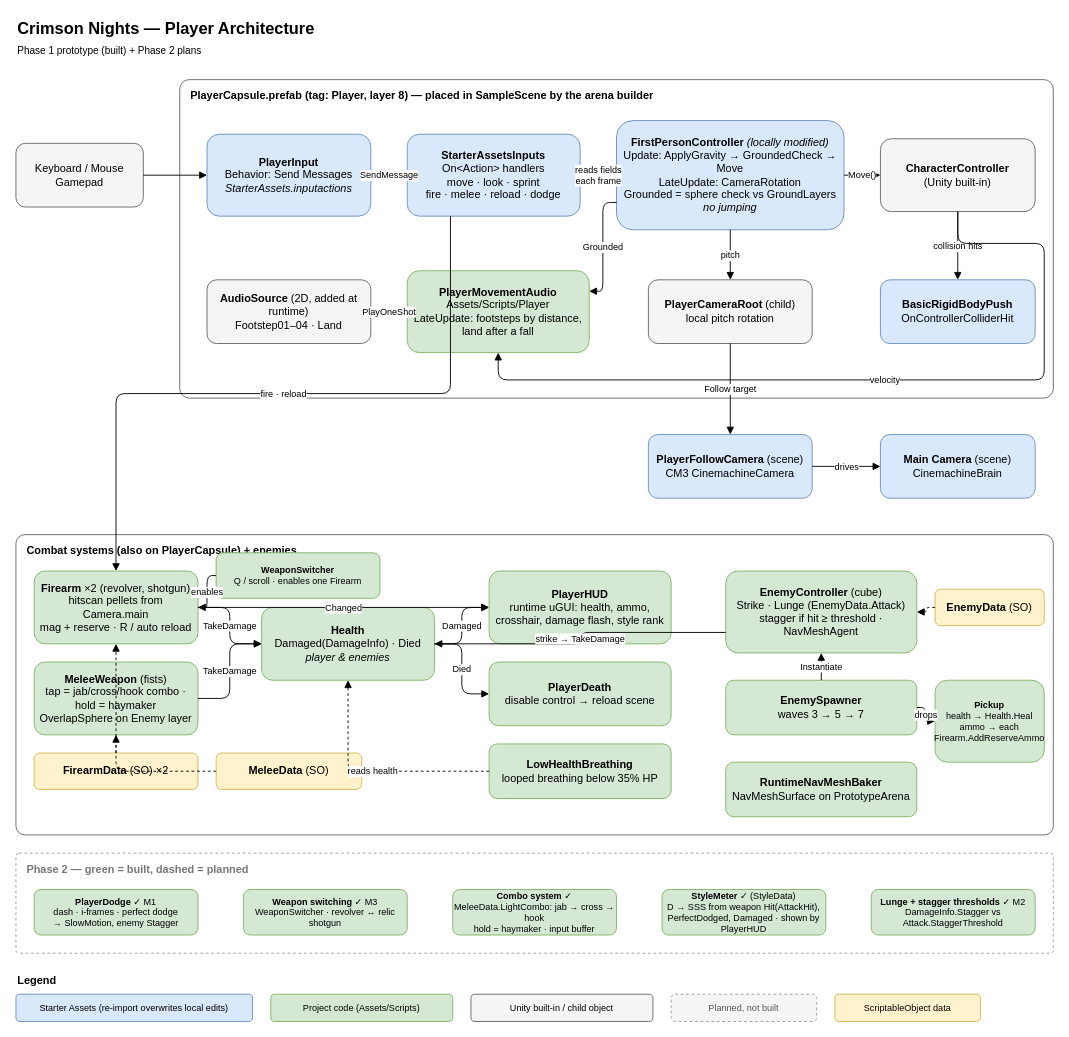
This is docs/architecture.drawio from ChrisOspina/Crimson-Nights, a draw.io file, before an edit. Source tidied: cells renumbered, new cells numbered last; positions are measured from the earlier drawing's top-left corner, leaving out a move shared by most shapes. Both pictures are drawn from the tidied source at 91%, with x=0, y=0 at pixel (15, 15).
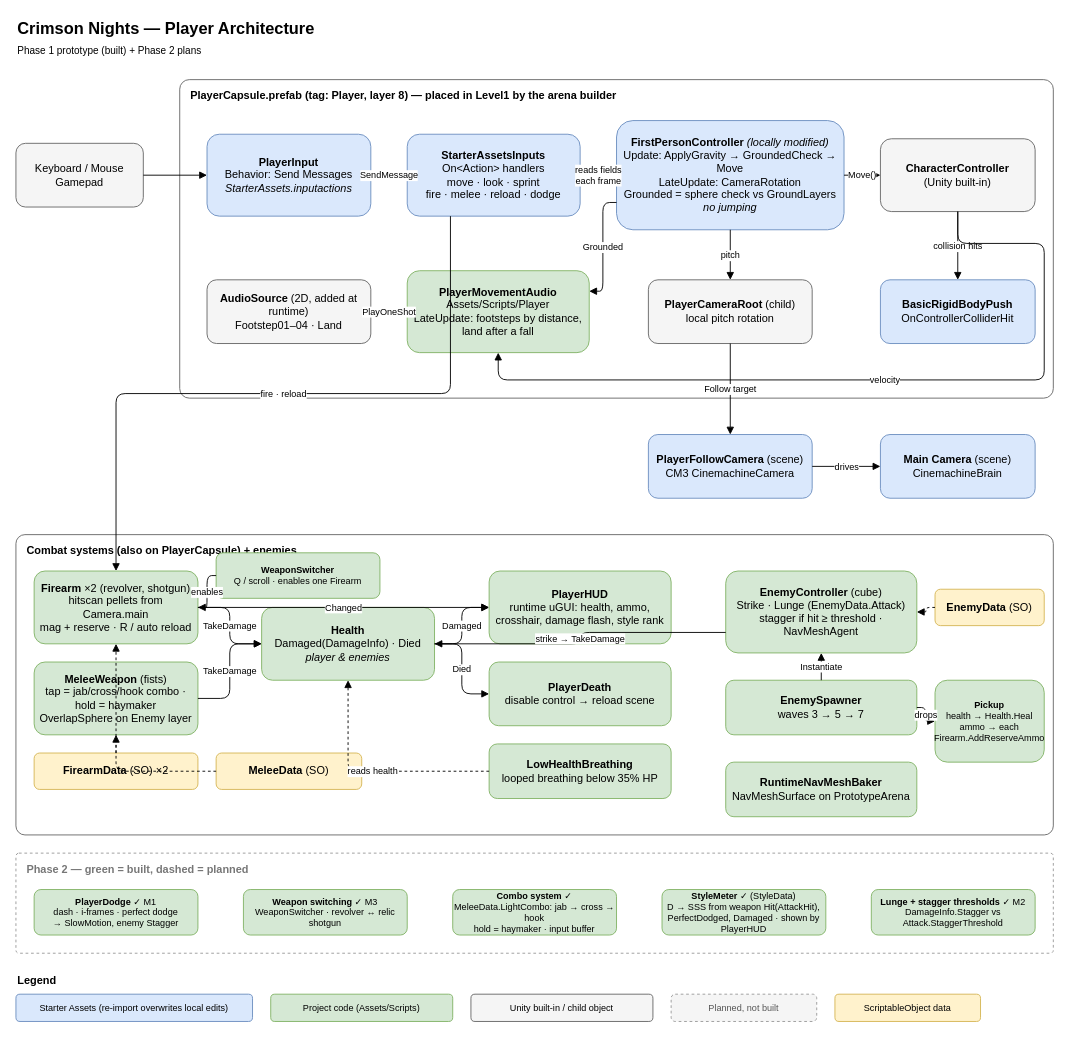
Above is the later version.

Diff of the diagram source:
```diff
@@
-    <mxCell id="3" value="PlayerCapsule.prefab  (tag: Player, layer 8)  — placed in SampleScene by the arena builder" style="rounded=1;whiteSpace=wrap;html=1;fillColor=none;dashed=0;strokeColor=#666666;verticalAlign=top;align=left;spacingLeft=10;spacingTop=4;fontStyle=1;arcSize=3;" parent="1" vertex="1">
+    <mxCell id="3" value="PlayerCapsule.prefab  (tag: Player, layer 8)  — placed in Level1 by the arena builder" style="rounded=1;whiteSpace=wrap;html=1;fillColor=none;dashed=0;strokeColor=#666666;verticalAlign=top;align=left;spacingLeft=10;spacingTop=4;fontStyle=1;arcSize=3;" parent="1" vertex="1">
       <mxGeometry x="180" y="70" width="960" height="350" as="geometry" />
     </mxCell>
```
